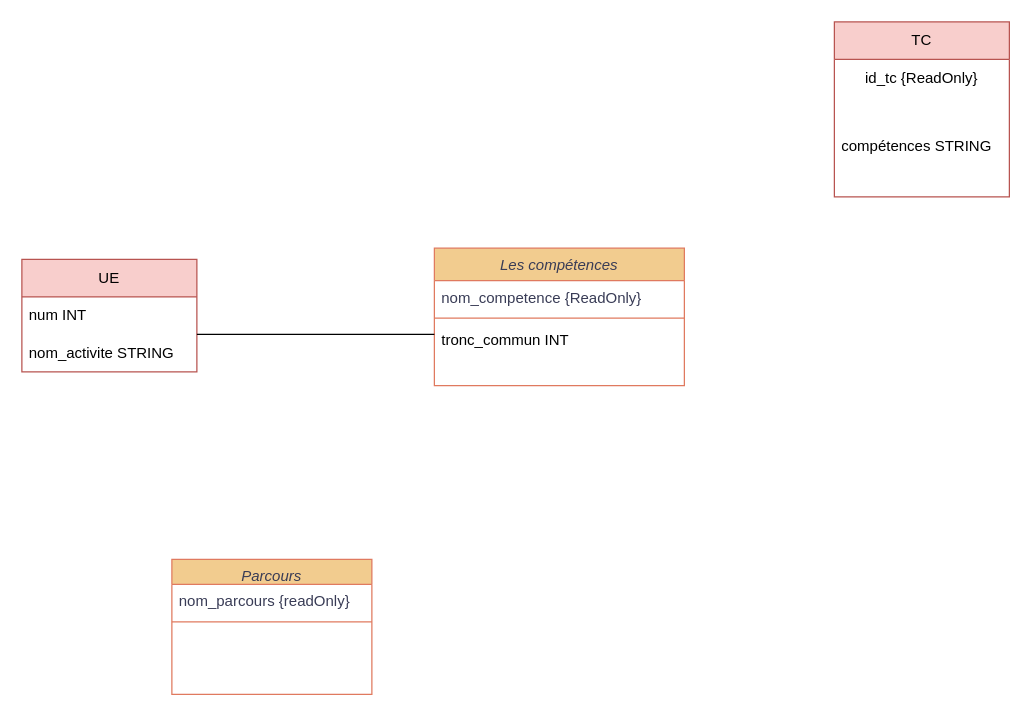
Above: Untitled Diagram.drawio in LucasOtw/SAE-1.04-BDD (draw.io), before the change. Source tidied: cells renumbered, new cells numbered last; positions are measured from the earlier drawing's top-left corner, leaving out a move shared by most shapes. Both pictures are drawn from the tidied source at 125%, with x=0, y=0 at pixel (21, 21).
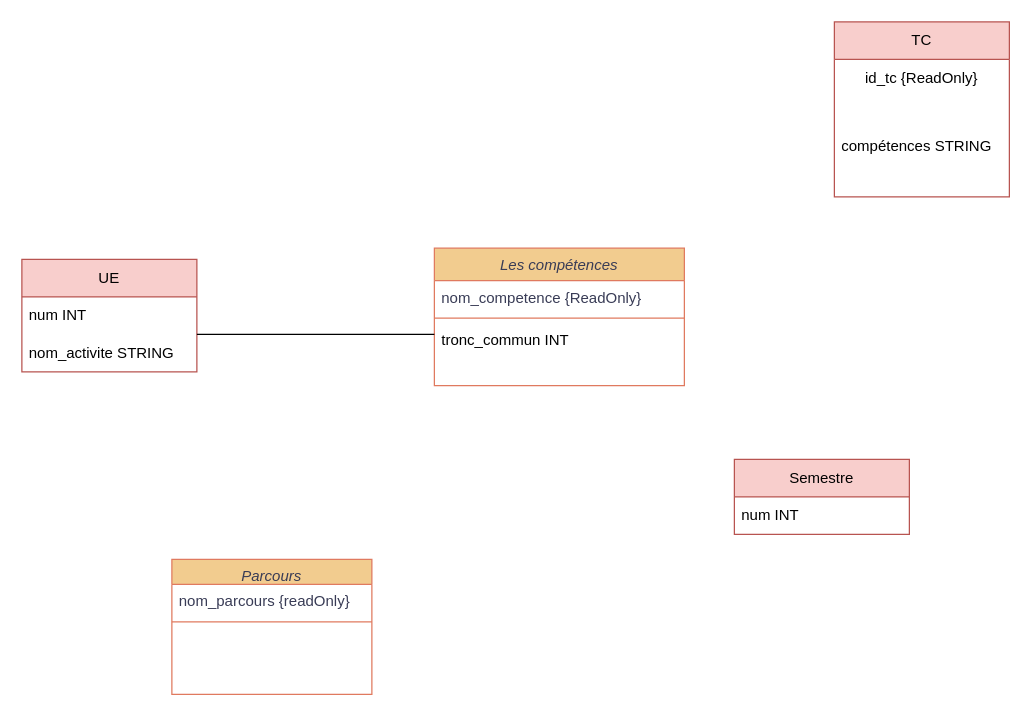
The same diagram, later.

The edit, as a diff of the source:
```diff
@@
 <mxGraphModel>
   <root>
     <mxCell id="0" />
     <mxCell id="1" parent="0" />
     <mxCell id="2" value="Parcours" style="swimlane;fontStyle=2;align=center;verticalAlign=top;horizontal=1;startSize=20;rounded=0;shadow=0;strokeWidth=1;labelBackgroundColor=none;fillColor=#F2CC8F;strokeColor=#E07A5F;fontColor=#393C56;" parent="1" vertex="1">
       <mxGeometry x="120" y="430" width="160" height="108" as="geometry" />
     </mxCell>
     <mxCell id="3" value="nom_parcours {readOnly}" style="text;align=left;verticalAlign=top;spacingLeft=4;spacingRight=4;overflow=hidden;labelBackgroundColor=none;fontColor=#393C56;" parent="2" vertex="1">
       <mxGeometry y="20" width="160" height="26" as="geometry" />
     </mxCell>
     <mxCell id="4" style="line;html=1;strokeWidth=1;align=left;verticalAlign=middle;spacingTop=-1;spacingLeft=3;spacingRight=3;labelPosition=right;labelBackgroundColor=none;fillColor=#F2CC8F;strokeColor=#E07A5F;fontColor=#393C56;" parent="2" vertex="1">
       <mxGeometry y="46" width="160" height="8" as="geometry" />
     </mxCell>
     <mxCell id="5" value="Les compétences" style="swimlane;fontStyle=2;align=center;verticalAlign=top;horizontal=1;startSize=26;rounded=0;shadow=0;strokeWidth=1;labelBackgroundColor=none;fillColor=#F2CC8F;strokeColor=#E07A5F;fontColor=#393C56;" parent="1" vertex="1">
       <mxGeometry x="330" y="181" width="200" height="110" as="geometry" />
     </mxCell>
     <mxCell id="6" value="nom_competence {ReadOnly}" style="text;align=left;verticalAlign=top;spacingLeft=4;spacingRight=4;overflow=hidden;labelBackgroundColor=none;fontColor=#393C56;" parent="5" vertex="1">
       <mxGeometry y="26" width="200" height="26" as="geometry" />
     </mxCell>
     <mxCell id="7" style="line;html=1;strokeWidth=1;align=left;verticalAlign=middle;spacingTop=-1;spacingLeft=3;spacingRight=3;labelPosition=right;labelBackgroundColor=none;fillColor=#F2CC8F;strokeColor=#E07A5F;fontColor=#393C56;" parent="5" vertex="1">
       <mxGeometry y="52" width="200" height="8" as="geometry" />
     </mxCell>
     <mxCell id="8" value="tronc_commun INT" style="text;strokeColor=none;fillColor=none;align=left;verticalAlign=top;spacingLeft=4;spacingRight=4;overflow=hidden;whiteSpace=wrap;html=1;" parent="5" vertex="1">
       <mxGeometry y="60" width="200" height="50" as="geometry" />
     </mxCell>
     <mxCell id="9" value="UE" style="swimlane;fontStyle=0;horizontal=1;startSize=30;whiteSpace=wrap;html=1;fillColor=#f8cecc;strokeColor=#b85450;" parent="1" vertex="1">
       <mxGeometry y="190" width="140" height="90" as="geometry" />
     </mxCell>
     <mxCell id="10" value="num INT" style="text;strokeColor=none;fillColor=none;align=left;verticalAlign=middle;spacingLeft=4;spacingRight=4;overflow=hidden;whiteSpace=wrap;html=1;" parent="9" vertex="1">
       <mxGeometry y="30" width="140" height="30" as="geometry" />
     </mxCell>
     <mxCell id="11" value="nom_activite STRING" style="text;strokeColor=none;fillColor=none;align=left;verticalAlign=middle;spacingLeft=4;spacingRight=4;overflow=hidden;whiteSpace=wrap;html=1;" parent="9" vertex="1">
       <mxGeometry y="60" width="140" height="30" as="geometry" />
     </mxCell>
     <mxCell id="12" style="endArrow=none;html=1;rounded=0;" parent="1" edge="1">
       <mxGeometry relative="1" as="geometry">
         <mxPoint x="140" y="250" as="sourcePoint" />
         <mxPoint x="330" y="250" as="targetPoint" />
       </mxGeometry>
     </mxCell>
     <mxCell id="13" value="TC" style="swimlane;fontStyle=0;horizontal=1;startSize=30;whiteSpace=wrap;html=1;fillColor=#f8cecc;strokeColor=#b85450;" parent="1" vertex="1">
       <mxGeometry x="650" width="140" height="140" as="geometry" />
     </mxCell>
     <mxCell id="14" value="&lt;div&gt;id_tc {ReadOnly}&lt;br&gt;&lt;/div&gt;" style="text;html=1;strokeColor=none;fillColor=none;align=center;verticalAlign=middle;whiteSpace=wrap;rounded=0;" parent="13" vertex="1">
       <mxGeometry y="30" width="140" height="30" as="geometry" />
     </mxCell>
     <mxCell id="15" value="compétences STRING" style="text;strokeColor=none;fillColor=none;align=left;verticalAlign=middle;spacingLeft=4;spacingRight=4;overflow=hidden;whiteSpace=wrap;html=1;" parent="13" vertex="1">
       <mxGeometry y="60" width="140" height="80" as="geometry" />
     </mxCell>
+    <mxCell id="16" value="Semestre" style="swimlane;fontStyle=0;horizontal=1;startSize=30;whiteSpace=wrap;html=1;fillColor=#f8cecc;strokeColor=#b85450;" parent="1" vertex="1">
+      <mxGeometry x="570" y="350" width="140" height="60" as="geometry" />
+    </mxCell>
+    <mxCell id="17" value="num INT" style="text;strokeColor=none;fillColor=none;align=left;verticalAlign=middle;spacingLeft=4;spacingRight=4;overflow=hidden;whiteSpace=wrap;html=1;" parent="16" vertex="1">
+      <mxGeometry y="30" width="140" height="30" as="geometry" />
+    </mxCell>
   </root>
 </mxGraphModel>
```
